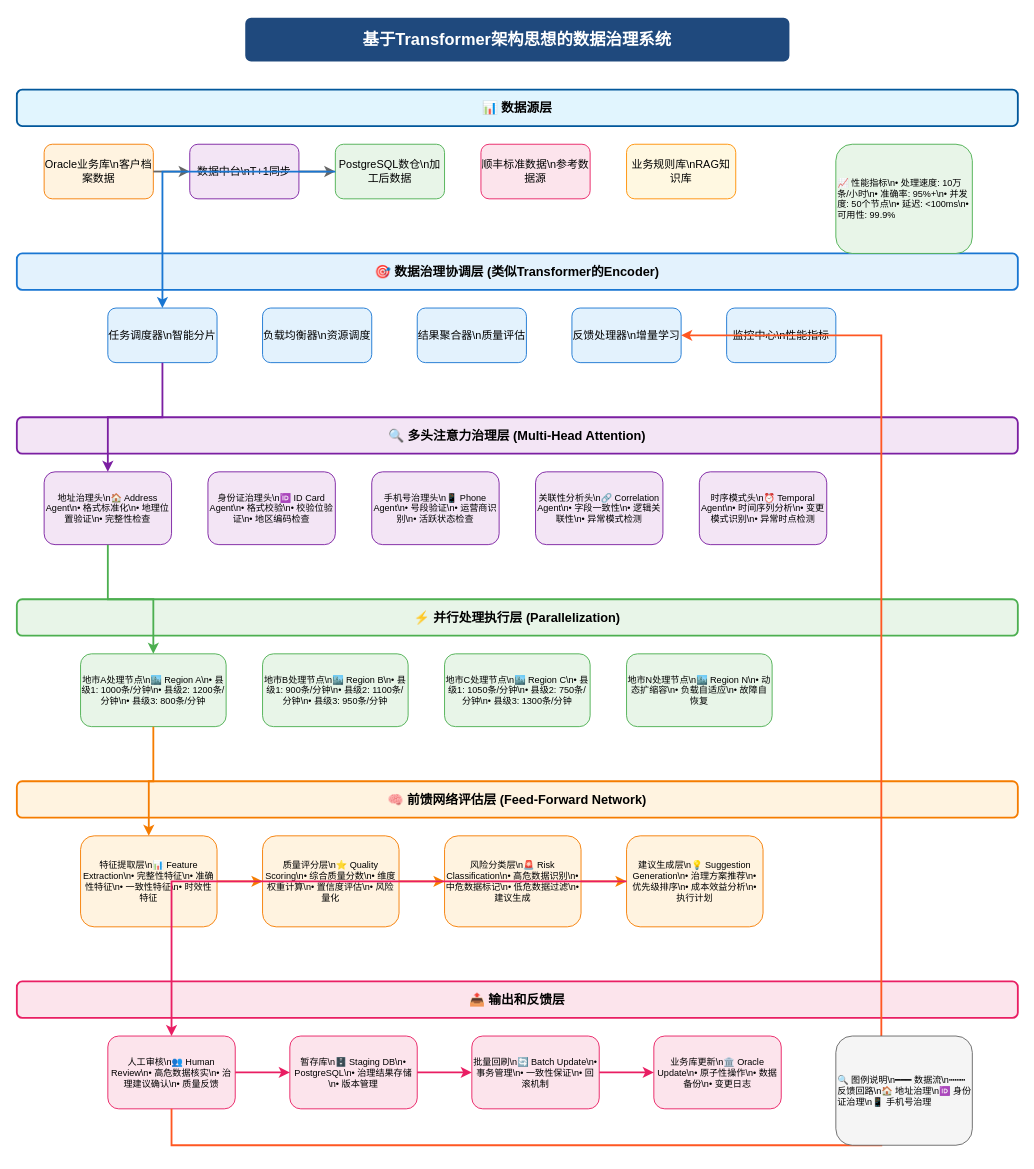
Before: 06-data-governance-architecture/data_governance_architecture.drawio in xiqing21/Transformer, a draw.io diagram. Source tidied: cells renumbered, new cells numbered last; positions are measured from the earlier drawing's top-left corner, leaving out a move shared by most shapes. Both pictures are drawn from the tidied source at 91%, with x=0, y=0 at pixel (16, 16).
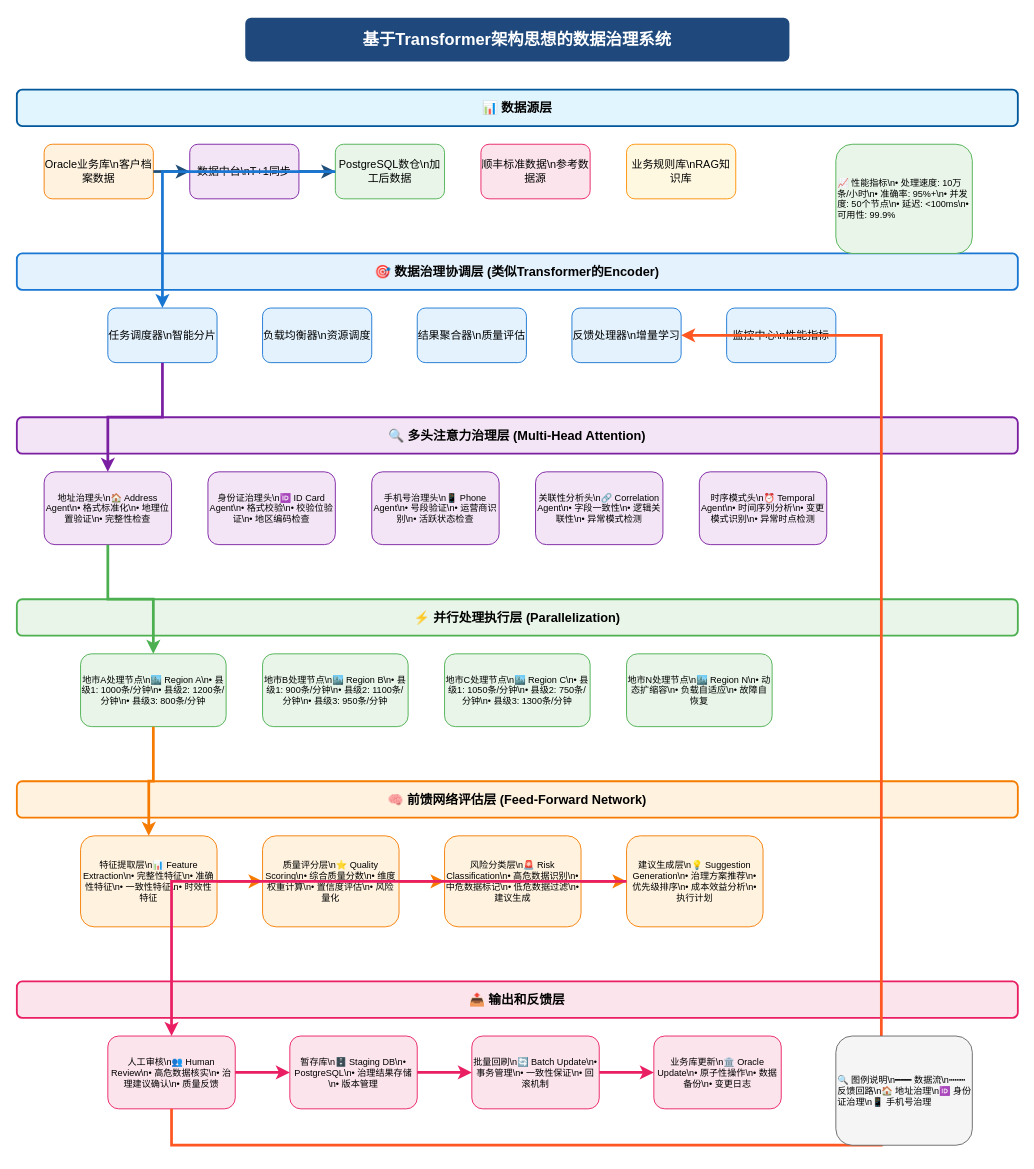
The same page after the edit.

Unchanged cells that the change refers to:
```xml
<mxCell id="4" value="Oracle业务库\n客户档案数据" style="rounded=1;whiteSpace=wrap;html=1;fillColor=#fff3e0;strokeColor=#f57c00;" parent="1" vertex="1">
  <mxGeometry x="30" y="140" width="120" height="60" as="geometry" />
</mxCell>
<mxCell id="5" value="数据中台\nT+1同步" style="rounded=1;whiteSpace=wrap;html=1;fillColor=#f3e5f5;strokeColor=#7b1fa2;" parent="1" vertex="1">
  <mxGeometry x="190" y="140" width="120" height="60" as="geometry" />
</mxCell>
<mxCell id="6" value="PostgreSQL数仓\n加工后数据" style="rounded=1;whiteSpace=wrap;html=1;fillColor=#e8f5e8;strokeColor=#4caf50;" parent="1" vertex="1">
  <mxGeometry x="350" y="140" width="120" height="60" as="geometry" />
</mxCell>
<mxCell id="10" value="任务调度器\n智能分片" style="rounded=1;whiteSpace=wrap;html=1;fillColor=#e3f2fd;strokeColor=#1976d2;" parent="1" vertex="1">
  <mxGeometry x="100" y="320" width="120" height="60" as="geometry" />
</mxCell>
<mxCell id="13" value="反馈处理器\n增量学习" style="rounded=1;whiteSpace=wrap;html=1;fillColor=#e3f2fd;strokeColor=#1976d2;" parent="1" vertex="1">
  <mxGeometry x="610" y="320" width="120" height="60" as="geometry" />
</mxCell>
<mxCell id="16" value="地址治理头\n🏠 Address Agent\n• 格式标准化\n• 地理位置验证\n• 完整性检查" style="rounded=1;whiteSpace=wrap;html=1;fillColor=#f3e5f5;strokeColor=#7b1fa2;fontSize=10;" parent="1" vertex="1">
  <mxGeometry x="30" y="500" width="140" height="80" as="geometry" />
</mxCell>
<mxCell id="22" value="地市A处理节点\n🏙️ Region A\n• 县级1: 1000条/分钟\n• 县级2: 1200条/分钟\n• 县级3: 800条/分钟" style="rounded=1;whiteSpace=wrap;html=1;fillColor=#e8f5e8;strokeColor=#4caf50;fontSize=10;" parent="1" vertex="1">
  <mxGeometry x="70" y="700" width="160" height="80" as="geometry" />
</mxCell>
<mxCell id="27" value="特征提取层\n📊 Feature Extraction\n• 完整性特征\n• 准确性特征\n• 一致性特征\n• 时效性特征" style="rounded=1;whiteSpace=wrap;html=1;fillColor=#fff3e0;strokeColor=#f57c00;fontSize=10;" parent="1" vertex="1">
  <mxGeometry x="70" y="900" width="150" height="100" as="geometry" />
</mxCell>
<mxCell id="28" value="质量评分层\n⭐ Quality Scoring\n• 综合质量分数\n• 维度权重计算\n• 置信度评估\n• 风险量化" style="rounded=1;whiteSpace=wrap;html=1;fillColor=#fff3e0;strokeColor=#f57c00;fontSize=10;" parent="1" vertex="1">
  <mxGeometry x="270" y="900" width="150" height="100" as="geometry" />
</mxCell>
<mxCell id="29" value="风险分类层\n🚨 Risk Classification\n• 高危数据识别\n• 中危数据标记\n• 低危数据过滤\n• 建议生成" style="rounded=1;whiteSpace=wrap;html=1;fillColor=#fff3e0;strokeColor=#f57c00;fontSize=10;" parent="1" vertex="1">
  <mxGeometry x="470" y="900" width="150" height="100" as="geometry" />
</mxCell>
<mxCell id="30" value="建议生成层\n💡 Suggestion Generation\n• 治理方案推荐\n• 优先级排序\n• 成本效益分析\n• 执行计划" style="rounded=1;whiteSpace=wrap;html=1;fillColor=#fff3e0;strokeColor=#f57c00;fontSize=10;" parent="1" vertex="1">
  <mxGeometry x="670" y="900" width="150" height="100" as="geometry" />
</mxCell>
<mxCell id="32" value="人工审核\n👥 Human Review\n• 高危数据核实\n• 治理建议确认\n• 质量反馈" style="rounded=1;whiteSpace=wrap;html=1;fillColor=#fce4ec;strokeColor=#e91e63;fontSize=10;" parent="1" vertex="1">
  <mxGeometry x="100" y="1120" width="140" height="80" as="geometry" />
</mxCell>
<mxCell id="33" value="暂存库\n🗄️ Staging DB\n• PostgreSQL\n• 治理结果存储\n• 版本管理" style="rounded=1;whiteSpace=wrap;html=1;fillColor=#fce4ec;strokeColor=#e91e63;fontSize=10;" parent="1" vertex="1">
  <mxGeometry x="300" y="1120" width="140" height="80" as="geometry" />
</mxCell>
<mxCell id="34" value="批量回刷\n🔄 Batch Update\n• 事务管理\n• 一致性保证\n• 回滚机制" style="rounded=1;whiteSpace=wrap;html=1;fillColor=#fce4ec;strokeColor=#e91e63;fontSize=10;" parent="1" vertex="1">
  <mxGeometry x="500" y="1120" width="140" height="80" as="geometry" />
</mxCell>
<mxCell id="35" value="业务库更新\n🏛️ Oracle Update\n• 原子性操作\n• 数据备份\n• 变更日志" style="rounded=1;whiteSpace=wrap;html=1;fillColor=#fce4ec;strokeColor=#e91e63;fontSize=10;" parent="1" vertex="1">
  <mxGeometry x="700" y="1120" width="140" height="80" as="geometry" />
</mxCell>
```

Diff of the diagram source:
```diff
@@
-    <mxCell id="36" style="edgeStyle=orthogonalEdgeStyle;rounded=0;jettySize=auto;html=1;strokeWidth=2;strokeColor=#666666;" parent="1" edge="1" source="4" target="5">
+    <mxCell id="36" style="edgeStyle=orthogonalEdgeStyle;rounded=0;jettySize=auto;html=1;strokeWidth=3;strokeColor=#1f4e79;flowAnimation=1;" parent="1" edge="1" source="4" target="5">
       <mxGeometry relative="1" as="geometry" />
     </mxCell>
-    <mxCell id="37" style="edgeStyle=orthogonalEdgeStyle;rounded=0;jettySize=auto;html=1;strokeWidth=2;strokeColor=#666666;" parent="1" edge="1" source="5" target="6">
+    <mxCell id="37" style="edgeStyle=orthogonalEdgeStyle;rounded=0;jettySize=auto;html=1;strokeWidth=3;strokeColor=#1f4e79;flowAnimation=1;" parent="1" edge="1" source="5" target="6">
       <mxGeometry relative="1" as="geometry" />
     </mxCell>
-    <mxCell id="38" style="edgeStyle=orthogonalEdgeStyle;rounded=0;jettySize=auto;html=1;strokeWidth=2;strokeColor=#1976d2;" parent="1" edge="1" source="6" target="10">
+    <mxCell id="38" style="edgeStyle=orthogonalEdgeStyle;rounded=0;jettySize=auto;html=1;strokeWidth=3;strokeColor=#1976d2;flowAnimation=1;" parent="1" edge="1" source="6" target="10">
       <mxGeometry relative="1" as="geometry" />
     </mxCell>
-    <mxCell id="39" style="edgeStyle=orthogonalEdgeStyle;rounded=0;jettySize=auto;html=1;strokeWidth=2;strokeColor=#7b1fa2;" parent="1" edge="1" source="10" target="16">
+    <mxCell id="39" style="edgeStyle=orthogonalEdgeStyle;rounded=0;jettySize=auto;html=1;strokeWidth=3;strokeColor=#7b1fa2;flowAnimation=1;" parent="1" edge="1" source="10" target="16">
       <mxGeometry relative="1" as="geometry" />
     </mxCell>
-    <mxCell id="40" style="edgeStyle=orthogonalEdgeStyle;rounded=0;jettySize=auto;html=1;strokeWidth=2;strokeColor=#4caf50;" parent="1" edge="1" source="16" target="22">
+    <mxCell id="40" style="edgeStyle=orthogonalEdgeStyle;rounded=0;jettySize=auto;html=1;strokeWidth=3;strokeColor=#4caf50;flowAnimation=1;" parent="1" edge="1" source="16" target="22">
       <mxGeometry relative="1" as="geometry" />
     </mxCell>
-    <mxCell id="41" style="edgeStyle=orthogonalEdgeStyle;rounded=0;jettySize=auto;html=1;strokeWidth=2;strokeColor=#f57c00;" parent="1" edge="1" source="22" target="27">
+    <mxCell id="41" style="edgeStyle=orthogonalEdgeStyle;rounded=0;jettySize=auto;html=1;strokeWidth=3;strokeColor=#f57c00;flowAnimation=1;" parent="1" edge="1" source="22" target="27">
       <mxGeometry relative="1" as="geometry" />
     </mxCell>
-    <mxCell id="42" style="edgeStyle=orthogonalEdgeStyle;rounded=0;jettySize=auto;html=1;strokeWidth=2;strokeColor=#f57c00;" parent="1" edge="1" source="27" target="28">
+    <mxCell id="42" style="edgeStyle=orthogonalEdgeStyle;rounded=0;jettySize=auto;html=1;strokeWidth=3;strokeColor=#f57c00;flowAnimation=1;" parent="1" edge="1" source="27" target="28">
       <mxGeometry relative="1" as="geometry" />
     </mxCell>
-    <mxCell id="43" style="edgeStyle=orthogonalEdgeStyle;rounded=0;jettySize=auto;html=1;strokeWidth=2;strokeColor=#f57c00;" parent="1" edge="1" source="28" target="29">
+    <mxCell id="43" style="edgeStyle=orthogonalEdgeStyle;rounded=0;jettySize=auto;html=1;strokeWidth=3;strokeColor=#f57c00;flowAnimation=1;" parent="1" edge="1" source="28" target="29">
       <mxGeometry relative="1" as="geometry" />
     </mxCell>
-    <mxCell id="44" style="edgeStyle=orthogonalEdgeStyle;rounded=0;jettySize=auto;html=1;strokeWidth=2;strokeColor=#f57c00;" parent="1" edge="1" source="29" target="30">
+    <mxCell id="44" style="edgeStyle=orthogonalEdgeStyle;rounded=0;jettySize=auto;html=1;strokeWidth=3;strokeColor=#f57c00;flowAnimation=1;" parent="1" edge="1" source="29" target="30">
       <mxGeometry relative="1" as="geometry" />
     </mxCell>
-    <mxCell id="45" style="edgeStyle=orthogonalEdgeStyle;rounded=0;jettySize=auto;html=1;strokeWidth=2;strokeColor=#e91e63;" parent="1" edge="1" source="30" target="32">
+    <mxCell id="45" style="edgeStyle=orthogonalEdgeStyle;rounded=0;jettySize=auto;html=1;strokeWidth=3;strokeColor=#e91e63;flowAnimation=1;" parent="1" edge="1" source="30" target="32">
       <mxGeometry relative="1" as="geometry" />
     </mxCell>
-    <mxCell id="46" style="edgeStyle=orthogonalEdgeStyle;rounded=0;jettySize=auto;html=1;strokeWidth=2;strokeColor=#e91e63;" parent="1" edge="1" source="32" target="33">
+    <mxCell id="46" style="edgeStyle=orthogonalEdgeStyle;rounded=0;jettySize=auto;html=1;strokeWidth=3;strokeColor=#e91e63;flowAnimation=1;" parent="1" edge="1" source="32" target="33">
       <mxGeometry relative="1" as="geometry" />
     </mxCell>
-    <mxCell id="47" style="edgeStyle=orthogonalEdgeStyle;rounded=0;jettySize=auto;html=1;strokeWidth=2;strokeColor=#e91e63;" parent="1" edge="1" source="33" target="34">
+    <mxCell id="47" style="edgeStyle=orthogonalEdgeStyle;rounded=0;jettySize=auto;html=1;strokeWidth=3;strokeColor=#e91e63;flowAnimation=1;" parent="1" edge="1" source="33" target="34">
       <mxGeometry relative="1" as="geometry" />
     </mxCell>
-    <mxCell id="48" style="edgeStyle=orthogonalEdgeStyle;rounded=0;jettySize=auto;html=1;strokeWidth=2;strokeColor=#e91e63;" parent="1" edge="1" source="34" target="35">
+    <mxCell id="48" style="edgeStyle=orthogonalEdgeStyle;rounded=0;jettySize=auto;html=1;strokeWidth=3;strokeColor=#e91e63;flowAnimation=1;" parent="1" edge="1" source="34" target="35">
       <mxGeometry relative="1" as="geometry" />
     </mxCell>
-    <mxCell id="49" style="edgeStyle=orthogonalEdgeStyle;rounded=0;jettySize=auto;html=1;strokeWidth=2;strokeColor=#ff5722;strokeDashArray=5 5;" parent="1" edge="1" source="32" target="13">
+    <mxCell id="49" style="edgeStyle=orthogonalEdgeStyle;rounded=0;jettySize=auto;html=1;strokeWidth=3;strokeColor=#ff5722;strokeDashArray=5 5;flowAnimation=1;" parent="1" edge="1" source="32" target="13">
       <mxGeometry relative="1" as="geometry">
         <Array as="points">
           <mxPoint x="170" y="1240" />
           <mxPoint x="950" y="1240" />
           <mxPoint x="950" y="350" />
           <mxPoint x="670" y="350" />
         </Array>
       </mxGeometry>
     </mxCell>
```
